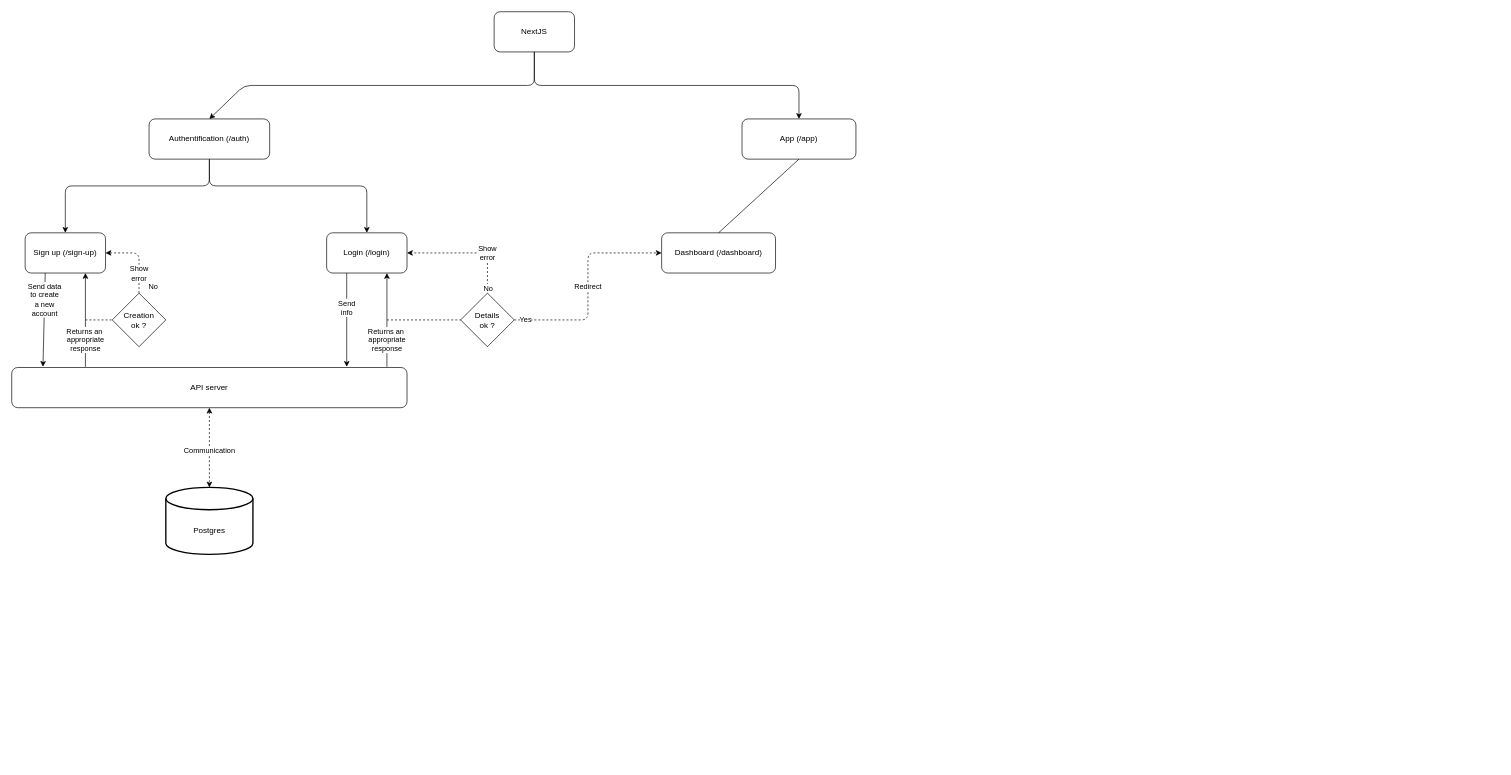
Before: admin/visual_repr.drawio in novaotp/silicate, a draw.io diagram. Source tidied: cells renumbered, new cells numbered last; positions are measured from the earlier drawing's top-left corner, leaving out a move shared by most shapes. Both pictures are drawn from the tidied source at 67%, with x=0, y=0 at pixel (11, 11).
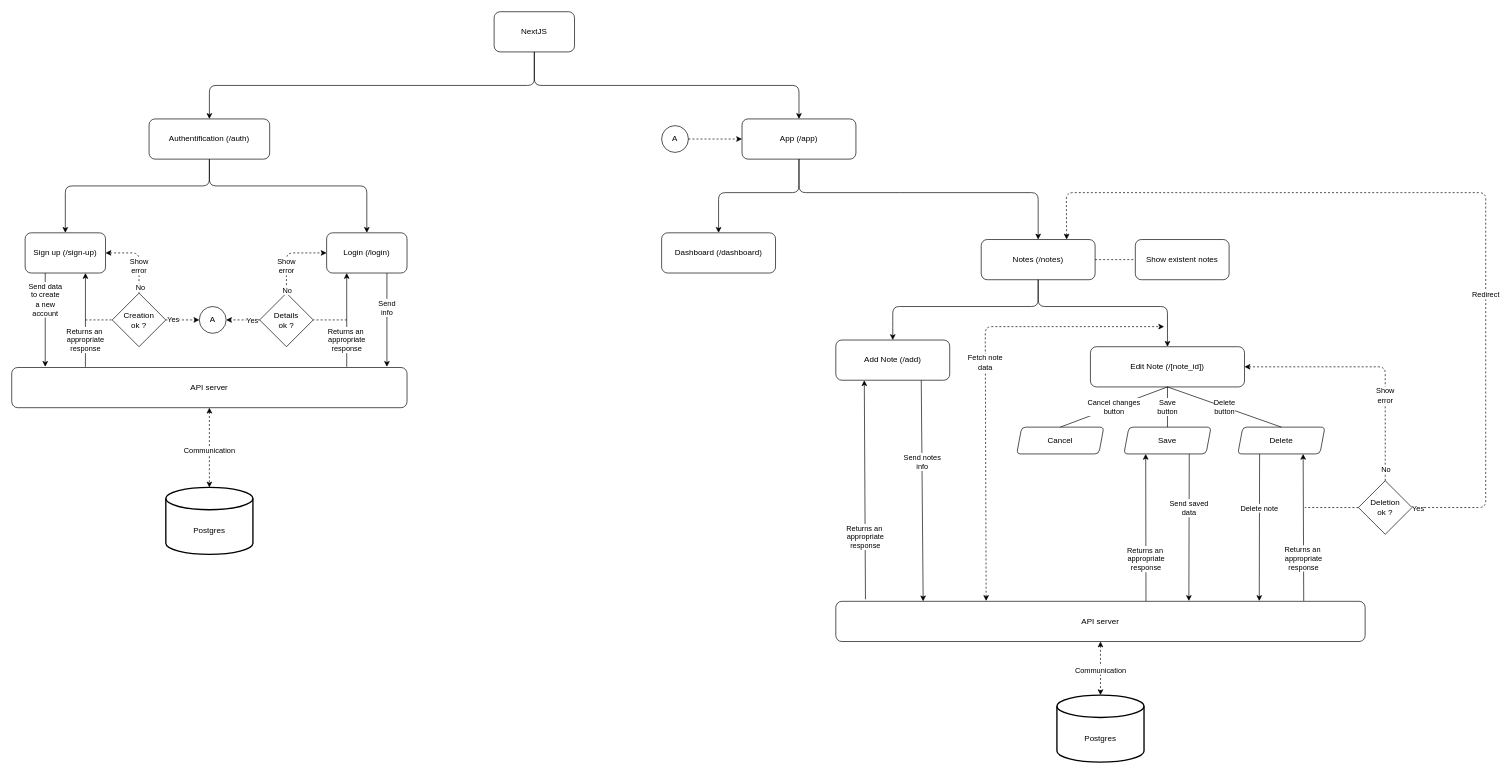
The same diagram, later.

The change refers to these unchanged cells:
```xml
<mxCell id="3" value="Authentification (/auth)" style="rounded=1;whiteSpace=wrap;html=1;" parent="1" vertex="1">
  <mxGeometry x="205" y="160" width="180" height="60" as="geometry" />
</mxCell>
<mxCell id="4" value="Sign up (/sign-up)" style="rounded=1;whiteSpace=wrap;html=1;" parent="1" vertex="1">
  <mxGeometry x="20" y="330" width="120" height="60" as="geometry" />
</mxCell>
<mxCell id="5" value="Login (/login)" style="rounded=1;whiteSpace=wrap;html=1;" parent="1" vertex="1">
  <mxGeometry x="470" y="330" width="120" height="60" as="geometry" />
</mxCell>
<mxCell id="7" value="API server" style="rounded=1;whiteSpace=wrap;html=1;" parent="1" vertex="1">
  <mxGeometry y="531" width="590" height="60" as="geometry" />
</mxCell>
<mxCell id="17" value="Dashboard (/dashboard)" style="rounded=1;whiteSpace=wrap;html=1;" parent="1" vertex="1">
  <mxGeometry x="970" y="330" width="170" height="60" as="geometry" />
</mxCell>
<mxCell id="20" value="App (/app)" style="rounded=1;whiteSpace=wrap;html=1;" parent="1" vertex="1">
  <mxGeometry x="1090" y="160" width="170" height="60" as="geometry" />
</mxCell>
<mxCell id="22" value="NextJS" style="rounded=1;whiteSpace=wrap;html=1;" parent="1" vertex="1">
  <mxGeometry x="720" width="120" height="60" as="geometry" />
</mxCell>
<mxCell id="26" value="Creation&lt;br&gt;ok ?" style="rhombus;whiteSpace=wrap;html=1;" parent="1" vertex="1">
  <mxGeometry x="150" y="420" width="80" height="80" as="geometry" />
</mxCell>
```

The edit, as a diff of the source:
```diff
@@
-    <mxCell id="8" value="Send data&lt;br&gt;to create&lt;br&gt;a new&lt;br&gt;account" style="endArrow=classic;html=1;exitX=0.25;exitY=1;exitDx=0;exitDy=0;entryX=0.079;entryY=-0.017;entryDx=0;entryDy=0;entryPerimeter=0;" parent="1" edge="1" source="4" target="7">
-      <mxGeometry x="-0.43" relative="1" as="geometry" />
+    <mxCell id="8" value="Send data&lt;br&gt;to create&lt;br&gt;a new&lt;br&gt;account" style="endArrow=classic;html=1;exitX=0.25;exitY=1;exitDx=0;exitDy=0;" parent="1" edge="1" source="4">
+      <mxGeometry x="-0.43" relative="1" as="geometry">
+        <mxPoint x="50" y="530" as="targetPoint" />
+      </mxGeometry>
     </mxCell>
@@
-    <mxCell id="10" value="Send&lt;br&gt;info" style="endArrow=classic;html=1;exitX=0.25;exitY=1;exitDx=0;exitDy=0;" parent="1" edge="1" source="5">
+    <mxCell id="10" value="Send&lt;br&gt;info" style="endArrow=classic;html=1;exitX=0.75;exitY=1;exitDx=0;exitDy=0;" parent="1" edge="1" source="5">
       <mxGeometry x="-0.26" relative="1" as="geometry">
-        <mxPoint x="500" y="530" as="targetPoint" />
+        <mxPoint x="560" y="530" as="targetPoint" />
       </mxGeometry>
     </mxCell>
@@
-    <mxCell id="12" value="Returns an&amp;nbsp;&lt;br&gt;appropriate&lt;br&gt;response" style="endArrow=classic;html=1;entryX=0.75;entryY=1;entryDx=0;entryDy=0;" parent="1" edge="1" target="5">
+    <mxCell id="12" value="Returns an&amp;nbsp;&lt;br&gt;appropriate&lt;br&gt;response" style="endArrow=classic;html=1;entryX=0.25;entryY=1;entryDx=0;entryDy=0;" parent="1" edge="1" target="5">
       <mxGeometry x="-0.43" relative="1" as="geometry">
-        <mxPoint x="560" y="530" as="sourcePoint" />
+        <mxPoint x="500" y="530" as="sourcePoint" />
       </mxGeometry>
     </mxCell>
     <mxCell id="13" value="Details&lt;br&gt;ok ?" style="rhombus;whiteSpace=wrap;html=1;" parent="1" vertex="1">
-      <mxGeometry x="670" y="420" width="80" height="80" as="geometry" />
+      <mxGeometry x="370" y="420" width="80" height="80" as="geometry" />
     </mxCell>
-    <mxCell id="14" style="endArrow=none;dashed=1;html=1;entryX=0;entryY=0.5;entryDx=0;entryDy=0;" parent="1" edge="1" target="13">
+    <mxCell id="14" style="endArrow=none;dashed=1;html=1;entryX=1;entryY=0.5;entryDx=0;entryDy=0;" parent="1" edge="1" target="13">
       <mxGeometry relative="1" as="geometry">
-        <mxPoint x="560" y="460" as="sourcePoint" />
+        <mxPoint x="500" y="460" as="sourcePoint" />
       </mxGeometry>
     </mxCell>
-    <mxCell id="15" value="Show&lt;br&gt;error" style="endArrow=classic;html=1;exitX=0.5;exitY=0;exitDx=0;exitDy=0;entryX=1;entryY=0.5;entryDx=0;entryDy=0;dashed=1;" parent="1" edge="1" source="13" target="5">
+    <mxCell id="15" value="Show&lt;br&gt;error" style="endArrow=classic;html=1;exitX=0.5;exitY=0;exitDx=0;exitDy=0;entryX=0;entryY=0.5;entryDx=0;entryDy=0;dashed=1;" parent="1" edge="1" source="13" target="5">
       <mxGeometry x="-0.33" relative="1" as="geometry">
         <Array as="points">
-          <mxPoint x="710" y="360" />
-          <mxPoint x="630" y="360" />
+          <mxPoint x="410" y="360" />
         </Array>
       </mxGeometry>
     </mxCell>
@@
-    <mxCell id="18" value="Redirect" style="endArrow=classic;html=1;exitX=1;exitY=0.5;exitDx=0;exitDy=0;entryX=0;entryY=0.5;entryDx=0;entryDy=0;dashed=1;" parent="1" edge="1" source="13" target="17">
-      <mxGeometry relative="1" as="geometry">
-        <Array as="points">
-          <mxPoint x="860" y="460" />
-          <mxPoint x="860" y="360" />
-        </Array>
-      </mxGeometry>
-    </mxCell>
-    <mxCell id="19" value="Yes" style="edgeLabel;html=1;align=center;verticalAlign=middle;" parent="18" vertex="1">
-      <mxGeometry x="-0.88" y="-2" relative="1" as="geometry">
-        <mxPoint x="-3" y="-3" as="offset" />
-      </mxGeometry>
-    </mxCell>
@@
-    <mxCell id="21" style="endArrow=none;html=1;exitX=0.5;exitY=0;exitDx=0;exitDy=0;entryX=0.5;entryY=1;entryDx=0;entryDy=0;" parent="1" edge="1" source="17" target="20">
-      <mxGeometry relative="1" as="geometry" />
-    </mxCell>
@@
     <mxCell id="23" style="endArrow=none;html=1;exitX=0.5;exitY=0;exitDx=0;exitDy=0;entryX=0.5;entryY=1;entryDx=0;entryDy=0;endFill=0;startArrow=classic;startFill=1;" parent="1" edge="1" source="3" target="22">
       <mxGeometry relative="1" as="geometry">
         <Array as="points">
-          <mxPoint x="347" y="110" />
+          <mxPoint x="295" y="110" />
           <mxPoint x="780" y="110" />
         </Array>
       </mxGeometry>
     </mxCell>
@@
     <mxCell id="28" value="Show&lt;br&gt;error" style="endArrow=classic;html=1;entryX=1;entryY=0.5;entryDx=0;entryDy=0;dashed=1;exitX=0.5;exitY=0;exitDx=0;exitDy=0;" parent="1" edge="1" source="26" target="4">
-      <mxGeometry x="-0.45" relative="1" as="geometry">
+      <mxGeometry x="-0.27" relative="1" as="geometry">
         <Array as="points">
           <mxPoint x="190" y="390" />
           <mxPoint x="190" y="360" />
         </Array>
-        <mxPoint y="1" as="offset" />
       </mxGeometry>
     </mxCell>
     <mxCell id="29" value="No" style="edgeLabel;html=1;align=center;verticalAlign=middle;" parent="28" vertex="1">
       <mxGeometry x="-0.91" relative="1" as="geometry">
-        <mxPoint x="20" y="-5" as="offset" />
+        <mxPoint x="1" y="-4" as="offset" />
       </mxGeometry>
     </mxCell>
+    <mxCell id="30" style="endArrow=classic;html=1;exitX=0.5;exitY=1;exitDx=0;exitDy=0;entryX=0.5;entryY=0;entryDx=0;entryDy=0;endFill=1;" parent="1" edge="1" source="20" target="17">
+      <mxGeometry relative="1" as="geometry">
+        <Array as="points">
+          <mxPoint x="1175" y="270" />
+          <mxPoint x="1055" y="270" />
+        </Array>
+      </mxGeometry>
+    </mxCell>
+    <mxCell id="31" value="Notes (/notes)" style="rounded=1;whiteSpace=wrap;html=1;" parent="1" vertex="1">
+      <mxGeometry x="1447" y="340" width="170" height="60" as="geometry" />
+    </mxCell>
+    <mxCell id="32" style="endArrow=classic;html=1;exitX=0.5;exitY=1;exitDx=0;exitDy=0;entryX=0.5;entryY=0;entryDx=0;entryDy=0;endFill=1;" parent="1" edge="1" source="20" target="31">
+      <mxGeometry relative="1" as="geometry">
+        <Array as="points">
+          <mxPoint x="1175" y="270" />
+          <mxPoint x="1315" y="270" />
+          <mxPoint x="1532" y="270" />
+        </Array>
+      </mxGeometry>
+    </mxCell>
+    <mxCell id="33" value="A" style="ellipse;whiteSpace=wrap;html=1;" parent="1" vertex="1">
+      <mxGeometry x="280" y="440" width="40" height="40" as="geometry" />
+    </mxCell>
+    <mxCell id="34" style="endArrow=classic;html=1;entryX=0;entryY=0.5;entryDx=0;entryDy=0;dashed=1;exitX=1;exitY=0.5;exitDx=0;exitDy=0;" parent="1" edge="1" source="26" target="33">
+      <mxGeometry x="-0.45" relative="1" as="geometry">
+        <Array as="points">
+          <mxPoint x="270" y="460" />
+        </Array>
+        <mxPoint y="1" as="offset" />
+      </mxGeometry>
+    </mxCell>
+    <mxCell id="35" value="Yes" style="edgeLabel;html=1;align=center;verticalAlign=middle;" parent="34" vertex="1">
+      <mxGeometry x="-0.91" relative="1" as="geometry">
+        <mxPoint x="8" y="-1" as="offset" />
+      </mxGeometry>
+    </mxCell>
+    <mxCell id="36" style="endArrow=classic;html=1;entryX=1;entryY=0.5;entryDx=0;entryDy=0;dashed=1;exitX=0;exitY=0.5;exitDx=0;exitDy=0;" parent="1" edge="1" source="13" target="33">
+      <mxGeometry x="-0.45" relative="1" as="geometry">
+        <mxPoint y="1" as="offset" />
+      </mxGeometry>
+    </mxCell>
+    <mxCell id="37" value="Yes" style="edgeLabel;html=1;align=center;verticalAlign=middle;" parent="36" vertex="1">
+      <mxGeometry x="-0.91" relative="1" as="geometry">
+        <mxPoint x="-10" as="offset" />
+      </mxGeometry>
+    </mxCell>
+    <mxCell id="38" value="A" style="ellipse;whiteSpace=wrap;html=1;" parent="1" vertex="1">
+      <mxGeometry x="970" y="170" width="40" height="40" as="geometry" />
+    </mxCell>
+    <mxCell id="39" style="endArrow=classic;html=1;entryX=0;entryY=0.5;entryDx=0;entryDy=0;dashed=1;exitX=1;exitY=0.5;exitDx=0;exitDy=0;" parent="1" edge="1" source="38" target="20">
+      <mxGeometry x="-0.45" relative="1" as="geometry">
+        <mxPoint y="1" as="offset" />
+      </mxGeometry>
+    </mxCell>
+    <mxCell id="40" value="Show existent notes" style="rounded=1;whiteSpace=wrap;html=1;" parent="1" vertex="1">
+      <mxGeometry x="1677" y="340" width="140" height="60" as="geometry" />
+    </mxCell>
+    <mxCell id="41" style="endArrow=none;dashed=1;html=1;entryX=0;entryY=0.5;entryDx=0;entryDy=0;exitX=1;exitY=0.5;exitDx=0;exitDy=0;" parent="1" edge="1" source="31" target="40">
+      <mxGeometry relative="1" as="geometry" />
+    </mxCell>
+    <mxCell id="42" value="Add Note (/add)" style="rounded=1;whiteSpace=wrap;html=1;" parent="1" vertex="1">
+      <mxGeometry x="1230" y="490" width="170" height="60" as="geometry" />
+    </mxCell>
+    <mxCell id="43" style="endArrow=classic;html=1;exitX=0.5;exitY=1;exitDx=0;exitDy=0;entryX=0.5;entryY=0;entryDx=0;entryDy=0;endFill=1;" parent="1" edge="1" source="31" target="42">
+      <mxGeometry relative="1" as="geometry">
+        <Array as="points">
+          <mxPoint x="1532" y="440" />
+          <mxPoint x="1315" y="440" />
+          <mxPoint x="1315" y="460" />
+        </Array>
+      </mxGeometry>
+    </mxCell>
+    <mxCell id="44" value="API server" style="rounded=1;whiteSpace=wrap;html=1;" parent="1" vertex="1">
+      <mxGeometry x="1230" y="880" width="790" height="60" as="geometry" />
+    </mxCell>
+    <mxCell id="45" value="Send notes&lt;br&gt;info" style="endArrow=classic;html=1;exitX=0.75;exitY=1;exitDx=0;exitDy=0;entryX=0.165;entryY=0;entryDx=0;entryDy=0;entryPerimeter=0;" parent="1" edge="1" source="42" target="44">
+      <mxGeometry x="-0.26" relative="1" as="geometry" />
+    </mxCell>
+    <mxCell id="46" value="Communication" style="endArrow=classic;html=1;exitX=0.5;exitY=1;exitDx=0;exitDy=0;entryX=0.5;entryY=0;entryDx=0;entryDy=0;entryPerimeter=0;startArrow=classic;startFill=1;dashed=1;" parent="1" edge="1" source="44" target="48">
+      <mxGeometry x="0.07" relative="1" as="geometry" />
+    </mxCell>
+    <mxCell id="47" value="Returns an&amp;nbsp;&lt;br&gt;appropriate&lt;br&gt;response" style="endArrow=classic;html=1;entryX=0.25;entryY=1;entryDx=0;entryDy=0;exitX=0.056;exitY=-0.05;exitDx=0;exitDy=0;exitPerimeter=0;" parent="1" edge="1" source="44" target="42">
+      <mxGeometry x="-0.43" relative="1" as="geometry" />
+    </mxCell>
+    <mxCell id="48" value="&lt;br&gt;&lt;br&gt;Postgres" style="strokeWidth=2;html=1;shape=mxgraph.flowchart.database;whiteSpace=wrap;" parent="1" vertex="1">
+      <mxGeometry x="1560" y="1020" width="130" height="100" as="geometry" />
+    </mxCell>
+    <mxCell id="49" value="Edit Note (/[note_id])" style="rounded=1;whiteSpace=wrap;html=1;" parent="1" vertex="1">
+      <mxGeometry x="1610" y="500" width="230" height="60" as="geometry" />
+    </mxCell>
+    <mxCell id="50" style="endArrow=classic;html=1;exitX=0.5;exitY=1;exitDx=0;exitDy=0;entryX=0.5;entryY=0;entryDx=0;entryDy=0;endFill=1;" parent="1" edge="1" source="31" target="49">
+      <mxGeometry relative="1" as="geometry">
+        <Array as="points">
+          <mxPoint x="1532" y="440" />
+          <mxPoint x="1725" y="440" />
+        </Array>
+      </mxGeometry>
+    </mxCell>
+    <mxCell id="51" value="Fetch note&lt;br&gt;data" style="endArrow=classic;dashed=1;html=1;exitX=0.284;exitY=-0.009;exitDx=0;exitDy=0;exitPerimeter=0;startArrow=classic;startFill=1;endFill=1;" parent="1" edge="1" source="44">
+      <mxGeometry x="0.05" relative="1" as="geometry">
+        <mxPoint x="1720" y="470" as="targetPoint" />
+        <Array as="points">
+          <mxPoint x="1453" y="470" />
+        </Array>
+      </mxGeometry>
+    </mxCell>
+    <mxCell id="52" value="Send saved&lt;br&gt;data" style="endArrow=classic;html=1;entryX=0.667;entryY=-0.008;entryDx=0;entryDy=0;entryPerimeter=0;exitX=0.75;exitY=1;exitDx=0;exitDy=0;" parent="1" edge="1" source="54" target="44">
+      <mxGeometry x="-0.26" relative="1" as="geometry" />
+    </mxCell>
+    <mxCell id="53" value="Returns an&amp;nbsp;&lt;br&gt;appropriate&lt;br&gt;response" style="endArrow=classic;html=1;exitX=0.586;exitY=-0.007;exitDx=0;exitDy=0;exitPerimeter=0;entryX=0.25;entryY=1;entryDx=0;entryDy=0;" parent="1" edge="1" source="44" target="54">
+      <mxGeometry x="-0.43" relative="1" as="geometry" />
+    </mxCell>
+    <mxCell id="54" value="Save" style="shape=parallelogram;html=1;strokeWidth=1;perimeter=parallelogramPerimeter;whiteSpace=wrap;rounded=1;arcSize=12;size=0.057692307692307696;" parent="1" vertex="1">
+      <mxGeometry x="1660" y="620" width="130" height="40" as="geometry" />
+    </mxCell>
+    <mxCell id="55" value="Save&lt;br&gt;button" style="endArrow=none;html=1;entryX=0.5;entryY=1;entryDx=0;entryDy=0;exitX=0.5;exitY=0;exitDx=0;exitDy=0;" parent="1" edge="1" source="54" target="49">
+      <mxGeometry relative="1" as="geometry" />
+    </mxCell>
+    <mxCell id="56" value="Delete note" style="endArrow=classic;html=1;entryX=0.8;entryY=-0.007;entryDx=0;entryDy=0;entryPerimeter=0;exitX=0.25;exitY=1;exitDx=0;exitDy=0;" parent="1" edge="1" source="58" target="44">
+      <mxGeometry x="-0.26" relative="1" as="geometry" />
+    </mxCell>
+    <mxCell id="57" value="Returns an&amp;nbsp;&lt;br&gt;appropriate&lt;br&gt;response" style="endArrow=classic;html=1;exitX=0.884;exitY=-0.009;exitDx=0;exitDy=0;exitPerimeter=0;entryX=0.75;entryY=1;entryDx=0;entryDy=0;" parent="1" edge="1" source="44" target="58">
+      <mxGeometry x="-0.43" relative="1" as="geometry" />
+    </mxCell>
+    <mxCell id="58" value="Delete" style="shape=parallelogram;html=1;strokeWidth=1;perimeter=parallelogramPerimeter;whiteSpace=wrap;rounded=1;arcSize=12;size=0.057692307692307696;" parent="1" vertex="1">
+      <mxGeometry x="1830" y="620" width="130" height="40" as="geometry" />
+    </mxCell>
+    <mxCell id="59" value="Delete&lt;br&gt;button" style="endArrow=none;html=1;entryX=0.5;entryY=1;entryDx=0;entryDy=0;exitX=0.5;exitY=0;exitDx=0;exitDy=0;" parent="1" edge="1" source="58" target="49">
+      <mxGeometry relative="1" as="geometry" />
+    </mxCell>
+    <mxCell id="60" value="Cancel" style="shape=parallelogram;html=1;strokeWidth=1;perimeter=parallelogramPerimeter;whiteSpace=wrap;rounded=1;arcSize=12;size=0.057692307692307696;" parent="1" vertex="1">
+      <mxGeometry x="1500" y="620" width="130" height="40" as="geometry" />
+    </mxCell>
+    <mxCell id="61" value="Cancel changes&lt;br&gt;button" style="endArrow=none;html=1;entryX=0.5;entryY=1;entryDx=0;entryDy=0;exitX=0.5;exitY=0;exitDx=0;exitDy=0;" parent="1" edge="1" source="60" target="49">
+      <mxGeometry relative="1" as="geometry" />
+    </mxCell>
+    <mxCell id="62" value="Deletion&lt;br&gt;ok ?" style="strokeWidth=1;html=1;shape=mxgraph.flowchart.decision;whiteSpace=wrap;" parent="1" vertex="1">
+      <mxGeometry x="2010" y="700" width="80" height="80" as="geometry" />
+    </mxCell>
+    <mxCell id="63" style="endArrow=none;dashed=1;html=1;exitX=0;exitY=0.5;exitDx=0;exitDy=0;exitPerimeter=0;" parent="1" edge="1" source="62">
+      <mxGeometry relative="1" as="geometry">
+        <mxPoint x="1930" y="740" as="targetPoint" />
+      </mxGeometry>
+    </mxCell>
+    <mxCell id="64" value="Show&lt;br&gt;error" style="endArrow=classic;html=1;exitX=0.5;exitY=0;exitDx=0;exitDy=0;entryX=1;entryY=0.5;entryDx=0;entryDy=0;dashed=1;exitPerimeter=0;" parent="1" edge="1" source="62" target="49">
+      <mxGeometry x="-0.33" relative="1" as="geometry">
+        <Array as="points">
+          <mxPoint x="2050" y="530" />
+        </Array>
+      </mxGeometry>
+    </mxCell>
+    <mxCell id="65" value="No" style="edgeLabel;html=1;align=center;verticalAlign=middle;" parent="64" vertex="1">
+      <mxGeometry x="-0.91" relative="1" as="geometry" />
+    </mxCell>
+    <mxCell id="18" value="Redirect" style="endArrow=classic;html=1;exitX=1;exitY=0.5;exitDx=0;exitDy=0;entryX=0.75;entryY=0;entryDx=0;entryDy=0;dashed=1;exitPerimeter=0;" parent="1" edge="1" source="62" target="31">
+      <mxGeometry x="-0.33" relative="1" as="geometry">
+        <Array as="points">
+          <mxPoint x="2200" y="740" />
+          <mxPoint x="2200" y="270" />
+          <mxPoint x="1574" y="270" />
+        </Array>
+      </mxGeometry>
+    </mxCell>
+    <mxCell id="66" value="Yes" style="edgeLabel;html=1;align=center;verticalAlign=middle;" parent="18" vertex="1">
+      <mxGeometry x="-0.91" relative="1" as="geometry">
+        <mxPoint x="-49" as="offset" />
+      </mxGeometry>
+    </mxCell>
```
